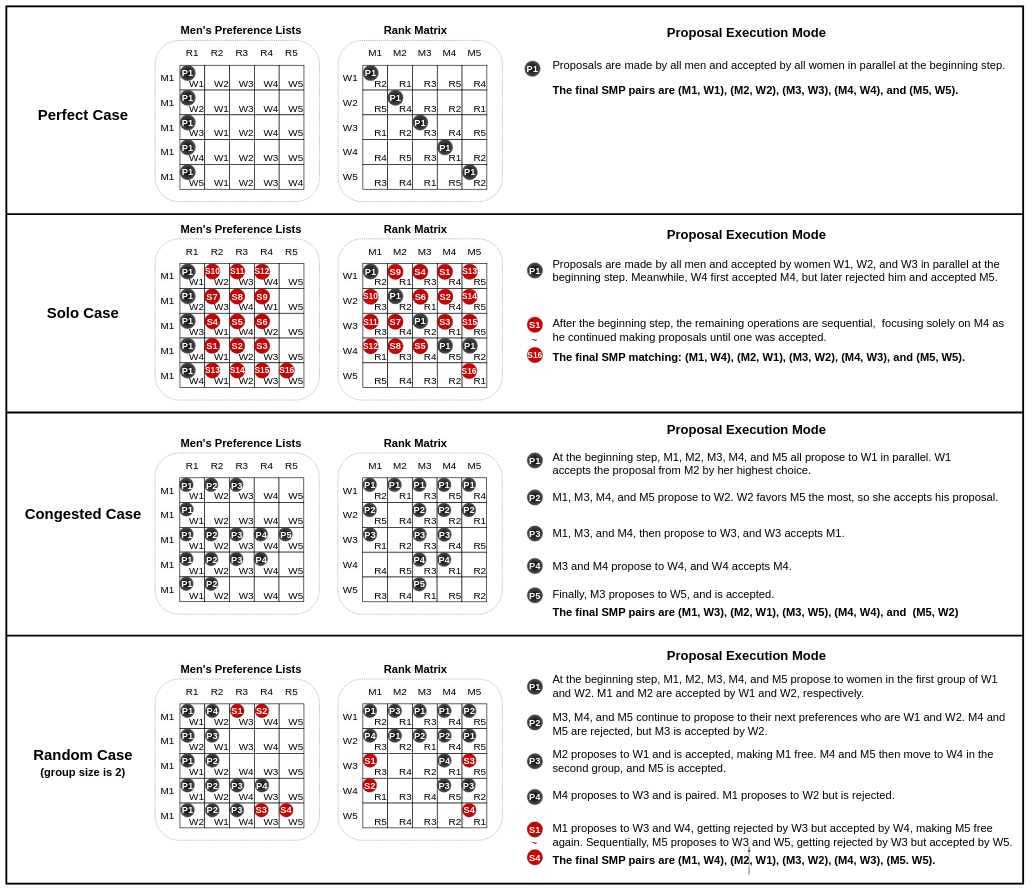
Earlier version of the draw.io diagram newWorkloads.drawio (victorliu-sq/BambooSMP-Figures). Source tidied: cells renumbered, new cells numbered last; positions are measured from the earlier drawing's top-left corner, leaving out a move shared by most shapes. Both pictures are drawn from the tidied source at 31%, with x=0, y=0 at pixel (6, 6).
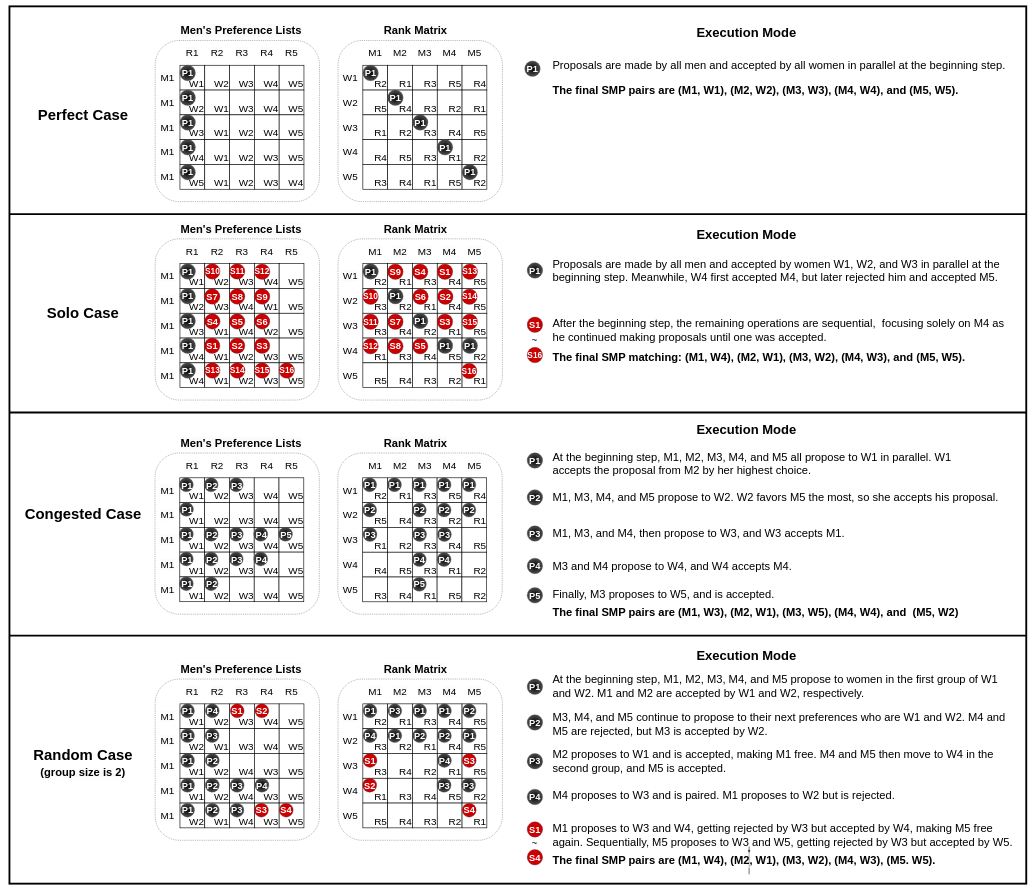
After the change.

The edit, as a diff of the source:
```diff
@@
     <mxCell id="3" style="rounded=0;whiteSpace=wrap;html=1;fillColor=none;strokeWidth=6;" parent="1" vertex="1">
-      <mxGeometry width="3280" height="2830" as="geometry" />
+      <mxGeometry x="10" width="3280" height="2830" as="geometry" />
     </mxCell>
     <mxCell id="4" style="endArrow=none;html=1;rounded=0;strokeWidth=6;" parent="1" edge="1">
       <mxGeometry relative="1" as="geometry">
-        <mxPoint y="670" as="sourcePoint" />
-        <mxPoint x="3280" y="670" as="targetPoint" />
+        <mxPoint x="10" y="670" as="sourcePoint" />
+        <mxPoint x="3290" y="670" as="targetPoint" />
       </mxGeometry>
     </mxCell>
@@
     <mxCell id="8" style="endArrow=none;html=1;rounded=0;strokeWidth=6;" parent="1" edge="1">
       <mxGeometry relative="1" as="geometry">
-        <mxPoint y="1310" as="sourcePoint" />
-        <mxPoint x="3280" y="1310" as="targetPoint" />
+        <mxPoint x="10" y="1310" as="sourcePoint" />
+        <mxPoint x="3290" y="1310" as="targetPoint" />
       </mxGeometry>
     </mxCell>
     <mxCell id="9" style="endArrow=none;html=1;rounded=0;strokeWidth=6;" parent="1" edge="1">
       <mxGeometry relative="1" as="geometry">
-        <mxPoint y="2030" as="sourcePoint" />
-        <mxPoint x="3280" y="2030" as="targetPoint" />
+        <mxPoint x="10" y="2030" as="sourcePoint" />
+        <mxPoint x="3290" y="2030" as="targetPoint" />
       </mxGeometry>
     </mxCell>
@@
-    <mxCell id="45" value="&lt;h1 style=&quot;font-size: 42px;&quot;&gt;&lt;font style=&quot;font-size: 42px;&quot;&gt;Proposal Execution Mode&lt;/font&gt;&lt;/h1&gt;" style="text;strokeColor=none;align=center;fillColor=none;html=1;verticalAlign=middle;whiteSpace=wrap;rounded=0;fontFamily=Helvetica;fontSize=42;fontColor=default;fontStyle=1;" parent="1" vertex="1">
+    <mxCell id="45" value="&lt;h1 style=&quot;font-size: 42px;&quot;&gt;&lt;font style=&quot;font-size: 42px;&quot;&gt;Execution Mode&lt;/font&gt;&lt;/h1&gt;" style="text;strokeColor=none;align=center;fillColor=none;html=1;verticalAlign=middle;whiteSpace=wrap;rounded=0;fontFamily=Helvetica;fontSize=42;fontColor=default;fontStyle=1;" parent="1" vertex="1">
       <mxGeometry x="2039.8" y="60" width="695" height="50" as="geometry" />
     </mxCell>
-    <mxCell id="46" value="&lt;h1 style=&quot;font-size: 42px;&quot;&gt;Proposal Execution Mode&lt;/h1&gt;" style="text;strokeColor=none;align=center;fillColor=none;html=1;verticalAlign=middle;whiteSpace=wrap;rounded=0;fontFamily=Helvetica;fontSize=42;fontColor=default;fontStyle=1;" parent="1" vertex="1">
+    <mxCell id="46" value="&lt;h1 style=&quot;font-size: 42px;&quot;&gt;Execution Mode&lt;/h1&gt;" style="text;strokeColor=none;align=center;fillColor=none;html=1;verticalAlign=middle;whiteSpace=wrap;rounded=0;fontFamily=Helvetica;fontSize=42;fontColor=default;fontStyle=1;" parent="1" vertex="1">
       <mxGeometry x="2039.8" y="713.2" width="695" height="50" as="geometry" />
     </mxCell>
-    <mxCell id="47" value="&lt;h1 style=&quot;font-size: 42px;&quot;&gt;Proposal Execution Mode&lt;/h1&gt;" style="text;strokeColor=none;align=center;fillColor=none;html=1;verticalAlign=middle;whiteSpace=wrap;rounded=0;fontFamily=Helvetica;fontSize=42;fontColor=default;fontStyle=1;" parent="1" vertex="1">
+    <mxCell id="47" value="&lt;h1 style=&quot;font-size: 42px;&quot;&gt;Execution Mode&lt;/h1&gt;" style="text;strokeColor=none;align=center;fillColor=none;html=1;verticalAlign=middle;whiteSpace=wrap;rounded=0;fontFamily=Helvetica;fontSize=42;fontColor=default;fontStyle=1;" parent="1" vertex="1">
       <mxGeometry x="2039.8" y="1340" width="695" height="50" as="geometry" />
     </mxCell>
-    <mxCell id="48" value="&lt;h1 style=&quot;font-size: 42px;&quot;&gt;Proposal Execution Mode&lt;/h1&gt;" style="text;strokeColor=none;align=center;fillColor=none;html=1;verticalAlign=middle;whiteSpace=wrap;rounded=0;fontFamily=Helvetica;fontSize=42;fontColor=default;fontStyle=1;" parent="1" vertex="1">
+    <mxCell id="48" value="&lt;h1 style=&quot;font-size: 42px;&quot;&gt;Execution Mode&lt;/h1&gt;" style="text;strokeColor=none;align=center;fillColor=none;html=1;verticalAlign=middle;whiteSpace=wrap;rounded=0;fontFamily=Helvetica;fontSize=42;fontColor=default;fontStyle=1;" parent="1" vertex="1">
       <mxGeometry x="2039.8" y="2070" width="695" height="50" as="geometry" />
     </mxCell>
```
